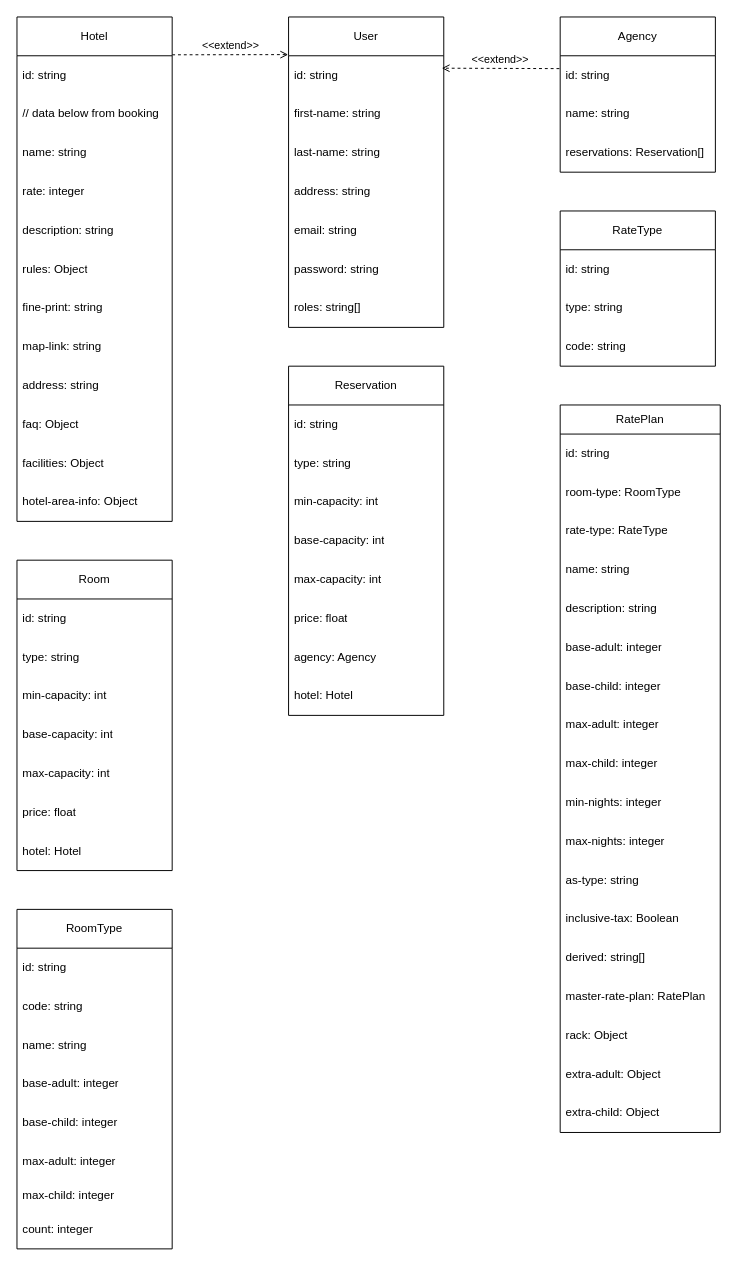
Earlier version of the draw.io diagram H/A-Reservation.drawio (jawharhmidi02/resrvy_diagrams). Source tidied: cells renumbered, new cells numbered last; positions are measured from the earlier drawing's top-left corner, leaving out a move shared by most shapes. Both pictures are drawn from the tidied source at 97%, with x=0, y=0 at pixel (16, 16).
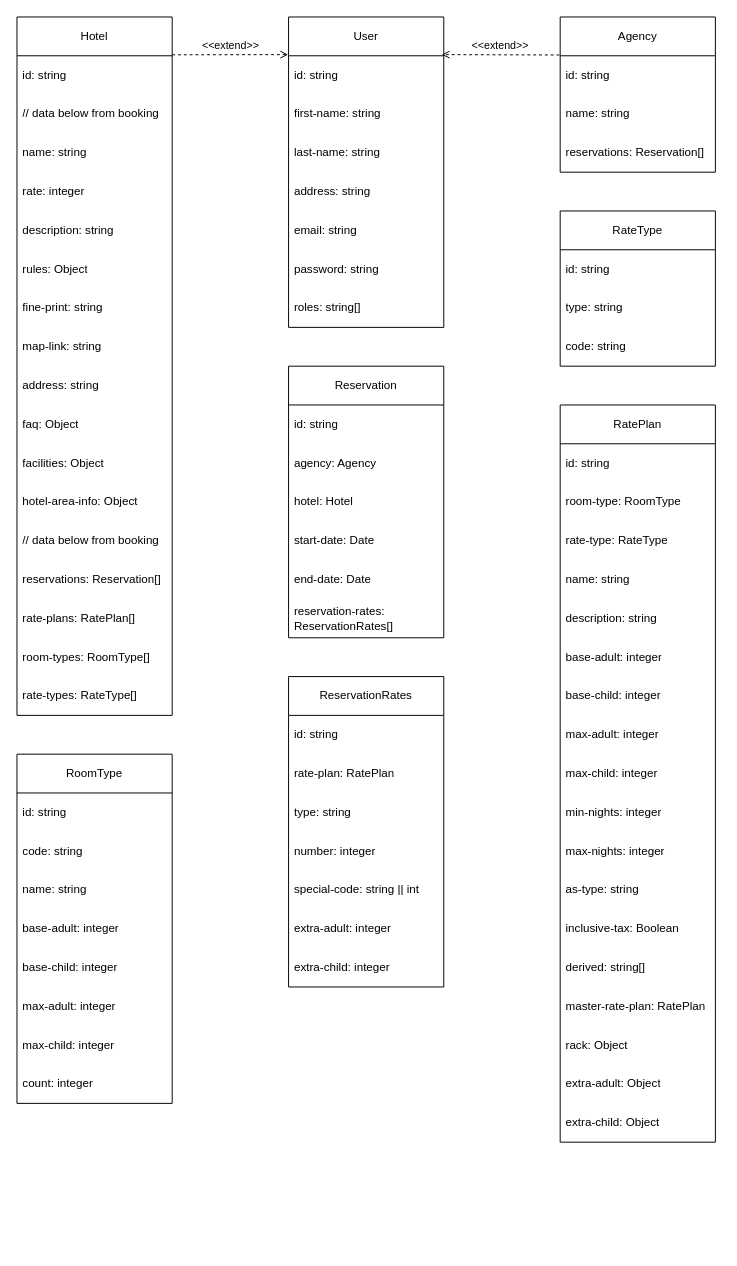
The same diagram, later.

The change refers to these unchanged cells:
```xml
<mxCell id="3" value="id: string" style="text;strokeColor=none;fillColor=none;align=left;verticalAlign=middle;spacingLeft=4;spacingRight=4;overflow=hidden;points=[[0,0.5],[1,0.5]];portConstraint=eastwest;whiteSpace=wrap;html=1;" parent="2" vertex="1">
  <mxGeometry y="40" width="160" height="40" as="geometry" />
</mxCell>
<mxCell id="11" value="id: string" style="text;strokeColor=none;fillColor=none;align=left;verticalAlign=middle;spacingLeft=4;spacingRight=4;overflow=hidden;points=[[0,0.5],[1,0.5]];portConstraint=eastwest;whiteSpace=wrap;html=1;" parent="10" vertex="1">
  <mxGeometry y="40" width="160" height="40" as="geometry" />
</mxCell>
```

Diff of the diagram source:
```diff
@@
     <mxCell id="15" value="Hotel" style="swimlane;fontStyle=0;horizontal=1;startSize=40;whiteSpace=wrap;html=1;" parent="1" vertex="1">
-      <mxGeometry width="160" height="520" as="geometry" />
+      <mxGeometry width="160" height="720" as="geometry" />
     </mxCell>
@@
+    <mxCell id="78" value="// data below from booking" style="text;strokeColor=none;fillColor=none;align=left;verticalAlign=middle;spacingLeft=4;spacingRight=4;overflow=hidden;whiteSpace=wrap;html=1;" parent="15" vertex="1">
+      <mxGeometry y="520" width="160" height="40" as="geometry" />
+    </mxCell>
+    <mxCell id="79" value="reservations: Reservation[]" style="text;strokeColor=none;fillColor=none;align=left;verticalAlign=middle;spacingLeft=4;spacingRight=4;overflow=hidden;whiteSpace=wrap;html=1;" parent="15" vertex="1">
+      <mxGeometry y="560" width="160" height="40" as="geometry" />
+    </mxCell>
+    <mxCell id="80" value="rate-plans: RatePlan[]" style="text;strokeColor=none;fillColor=none;align=left;verticalAlign=middle;spacingLeft=4;spacingRight=4;overflow=hidden;whiteSpace=wrap;html=1;" parent="15" vertex="1">
+      <mxGeometry y="600" width="160" height="40" as="geometry" />
+    </mxCell>
+    <mxCell id="81" value="room-types: RoomType[]" style="text;strokeColor=none;fillColor=none;align=left;verticalAlign=middle;spacingLeft=4;spacingRight=4;overflow=hidden;whiteSpace=wrap;html=1;" parent="15" vertex="1">
+      <mxGeometry y="640" width="160" height="40" as="geometry" />
+    </mxCell>
+    <mxCell id="82" value="rate-types: RateType[]" style="text;strokeColor=none;fillColor=none;align=left;verticalAlign=middle;spacingLeft=4;spacingRight=4;overflow=hidden;whiteSpace=wrap;html=1;" parent="15" vertex="1">
+      <mxGeometry y="680" width="160" height="40" as="geometry" />
+    </mxCell>
-    <mxCell id="28" value="&amp;lt;&amp;lt;extend&amp;gt;&amp;gt;" style="html=1;verticalAlign=bottom;labelBackgroundColor=none;endArrow=open;endFill=0;dashed=1;rounded=0;exitX=-0.005;exitY=0.331;exitDx=0;exitDy=0;exitPerimeter=0;entryX=0.987;entryY=0.32;entryDx=0;entryDy=0;entryPerimeter=0;" parent="1" edge="1" source="11" target="3">
-      <mxGeometry relative="1" as="geometry" />
+    <mxCell id="28" value="&amp;lt;&amp;lt;extend&amp;gt;&amp;gt;" style="html=1;verticalAlign=bottom;labelBackgroundColor=none;endArrow=open;endFill=0;dashed=1;rounded=0;exitX=-0.005;exitY=0.331;exitDx=0;exitDy=0;exitPerimeter=0;entryX=0.987;entryY=0.32;entryDx=0;entryDy=0;entryPerimeter=0;" parent="1" edge="1">
+      <mxGeometry relative="1" as="geometry">
+        <mxPoint x="559.2" y="39.2" as="sourcePoint" />
+        <mxPoint x="437.9" y="38.8" as="targetPoint" />
+      </mxGeometry>
     </mxCell>
-    <mxCell id="29" value="Room" style="swimlane;fontStyle=0;horizontal=1;startSize=40;whiteSpace=wrap;html=1;" parent="1" vertex="1">
-      <mxGeometry y="560" width="160" height="320" as="geometry" />
-    </mxCell>
-    <mxCell id="30" value="id: string" style="text;strokeColor=none;fillColor=none;align=left;verticalAlign=middle;spacingLeft=4;spacingRight=4;overflow=hidden;whiteSpace=wrap;html=1;" parent="29" vertex="1">
-      <mxGeometry y="40" width="160" height="40" as="geometry" />
-    </mxCell>
-    <mxCell id="31" value="&lt;div&gt;type: string&lt;/div&gt;" style="text;strokeColor=none;fillColor=none;align=left;verticalAlign=middle;spacingLeft=4;spacingRight=4;overflow=hidden;whiteSpace=wrap;html=1;" parent="29" vertex="1">
-      <mxGeometry y="80" width="160" height="40" as="geometry" />
-    </mxCell>
-    <mxCell id="32" value="&lt;div&gt;min-capacity: int&lt;/div&gt;" style="text;strokeColor=none;fillColor=none;align=left;verticalAlign=middle;spacingLeft=4;spacingRight=4;overflow=hidden;whiteSpace=wrap;html=1;" parent="29" vertex="1">
-      <mxGeometry y="120" width="160" height="40" as="geometry" />
-    </mxCell>
-    <mxCell id="33" value="&lt;div&gt;base-capacity: int&lt;/div&gt;" style="text;strokeColor=none;fillColor=none;align=left;verticalAlign=middle;spacingLeft=4;spacingRight=4;overflow=hidden;whiteSpace=wrap;html=1;" parent="29" vertex="1">
-      <mxGeometry y="160" width="160" height="40" as="geometry" />
-    </mxCell>
-    <mxCell id="34" value="&lt;div&gt;max-capacity: int&lt;/div&gt;" style="text;strokeColor=none;fillColor=none;align=left;verticalAlign=middle;spacingLeft=4;spacingRight=4;overflow=hidden;whiteSpace=wrap;html=1;" parent="29" vertex="1">
-      <mxGeometry y="200" width="160" height="40" as="geometry" />
-    </mxCell>
-    <mxCell id="35" value="price: float" style="text;strokeColor=none;fillColor=none;align=left;verticalAlign=middle;spacingLeft=4;spacingRight=4;overflow=hidden;whiteSpace=wrap;html=1;" parent="29" vertex="1">
-      <mxGeometry y="240" width="160" height="40" as="geometry" />
-    </mxCell>
-    <mxCell id="36" value="&lt;div&gt;hotel: Hotel&lt;/div&gt;" style="text;strokeColor=none;fillColor=none;align=left;verticalAlign=middle;spacingLeft=4;spacingRight=4;overflow=hidden;whiteSpace=wrap;html=1;" parent="29" vertex="1">
-      <mxGeometry y="280" width="160" height="40" as="geometry" />
-    </mxCell>
     <mxCell id="37" value="Reservation" style="swimlane;fontStyle=0;horizontal=1;startSize=40;whiteSpace=wrap;html=1;" parent="1" vertex="1">
-      <mxGeometry x="280" y="360" width="160" height="360" as="geometry" />
+      <mxGeometry x="280" y="360" width="160" height="280" as="geometry" />
     </mxCell>
@@
-    <mxCell id="39" value="&lt;div&gt;type: string&lt;/div&gt;" style="text;strokeColor=none;fillColor=none;align=left;verticalAlign=middle;spacingLeft=4;spacingRight=4;overflow=hidden;whiteSpace=wrap;html=1;" parent="37" vertex="1">
-      <mxGeometry y="80" width="160" height="40" as="geometry" />
-    </mxCell>
-    <mxCell id="40" value="&lt;div&gt;min-capacity: int&lt;/div&gt;" style="text;strokeColor=none;fillColor=none;align=left;verticalAlign=middle;spacingLeft=4;spacingRight=4;overflow=hidden;whiteSpace=wrap;html=1;" parent="37" vertex="1">
-      <mxGeometry y="120" width="160" height="40" as="geometry" />
-    </mxCell>
-    <mxCell id="41" value="&lt;div&gt;base-capacity: int&lt;/div&gt;" style="text;strokeColor=none;fillColor=none;align=left;verticalAlign=middle;spacingLeft=4;spacingRight=4;overflow=hidden;whiteSpace=wrap;html=1;" parent="37" vertex="1">
-      <mxGeometry y="160" width="160" height="40" as="geometry" />
-    </mxCell>
-    <mxCell id="42" value="&lt;div&gt;max-capacity: int&lt;/div&gt;" style="text;strokeColor=none;fillColor=none;align=left;verticalAlign=middle;spacingLeft=4;spacingRight=4;overflow=hidden;whiteSpace=wrap;html=1;" parent="37" vertex="1">
-      <mxGeometry y="200" width="160" height="40" as="geometry" />
-    </mxCell>
-    <mxCell id="43" value="price: float" style="text;strokeColor=none;fillColor=none;align=left;verticalAlign=middle;spacingLeft=4;spacingRight=4;overflow=hidden;whiteSpace=wrap;html=1;" parent="37" vertex="1">
-      <mxGeometry y="240" width="160" height="40" as="geometry" />
-    </mxCell>
     <mxCell id="44" value="agency: Agency" style="text;strokeColor=none;fillColor=none;align=left;verticalAlign=middle;spacingLeft=4;spacingRight=4;overflow=hidden;whiteSpace=wrap;html=1;" parent="37" vertex="1">
-      <mxGeometry y="280" width="160" height="40" as="geometry" />
+      <mxGeometry y="80" width="160" height="40" as="geometry" />
     </mxCell>
     <mxCell id="45" value="hotel: Hotel" style="text;strokeColor=none;fillColor=none;align=left;verticalAlign=middle;spacingLeft=4;spacingRight=4;overflow=hidden;whiteSpace=wrap;html=1;" parent="37" vertex="1">
-      <mxGeometry y="320" width="160" height="40" as="geometry" />
+      <mxGeometry y="120" width="160" height="40" as="geometry" />
     </mxCell>
+    <mxCell id="83" value="start-date: Date" style="text;strokeColor=none;fillColor=none;align=left;verticalAlign=middle;spacingLeft=4;spacingRight=4;overflow=hidden;whiteSpace=wrap;html=1;" parent="37" vertex="1">
+      <mxGeometry y="160" width="160" height="40" as="geometry" />
+    </mxCell>
+    <mxCell id="84" value="end-date: Date" style="text;strokeColor=none;fillColor=none;align=left;verticalAlign=middle;spacingLeft=4;spacingRight=4;overflow=hidden;whiteSpace=wrap;html=1;" parent="37" vertex="1">
+      <mxGeometry y="200" width="160" height="40" as="geometry" />
+    </mxCell>
+    <mxCell id="85" value="reservation-rates: ReservationRates[]" style="text;strokeColor=none;fillColor=none;align=left;verticalAlign=middle;spacingLeft=4;spacingRight=4;overflow=hidden;whiteSpace=wrap;html=1;" parent="37" vertex="1">
+      <mxGeometry y="240" width="160" height="40" as="geometry" />
+    </mxCell>
@@
-    <mxCell id="50" value="RatePlan" style="swimlane;fontStyle=0;horizontal=1;startSize=30;whiteSpace=wrap;html=1;" parent="1" vertex="1">
-      <mxGeometry x="560" y="400" width="165" height="750" as="geometry" />
+    <mxCell id="50" value="RatePlan" style="swimlane;fontStyle=0;horizontal=1;startSize=40;whiteSpace=wrap;html=1;" parent="1" vertex="1">
+      <mxGeometry x="560" y="400" width="160" height="760" as="geometry" />
     </mxCell>
     <mxCell id="51" value="id: string" style="text;strokeColor=none;fillColor=none;align=left;verticalAlign=middle;spacingLeft=4;spacingRight=4;overflow=hidden;whiteSpace=wrap;html=1;" parent="50" vertex="1">
-      <mxGeometry y="30" width="165" height="40" as="geometry" />
+      <mxGeometry y="40" width="160" height="40" as="geometry" />
     </mxCell>
     <mxCell id="52" value="room-type: RoomType" style="text;strokeColor=none;fillColor=none;align=left;verticalAlign=middle;spacingLeft=4;spacingRight=4;overflow=hidden;whiteSpace=wrap;html=1;" parent="50" vertex="1">
-      <mxGeometry y="70" width="165" height="40" as="geometry" />
+      <mxGeometry y="80" width="160" height="40" as="geometry" />
     </mxCell>
     <mxCell id="53" value="rate-type: RateType" style="text;strokeColor=none;fillColor=none;align=left;verticalAlign=middle;spacingLeft=4;spacingRight=4;overflow=hidden;whiteSpace=wrap;html=1;" parent="50" vertex="1">
-      <mxGeometry y="110" width="165" height="40" as="geometry" />
+      <mxGeometry y="120" width="160" height="40" as="geometry" />
     </mxCell>
     <mxCell id="54" value="name: string" style="text;strokeColor=none;fillColor=none;align=left;verticalAlign=middle;spacingLeft=4;spacingRight=4;overflow=hidden;whiteSpace=wrap;html=1;" parent="50" vertex="1">
-      <mxGeometry y="150" width="165" height="40" as="geometry" />
+      <mxGeometry y="160" width="160" height="40" as="geometry" />
     </mxCell>
     <mxCell id="55" value="description: string" style="text;strokeColor=none;fillColor=none;align=left;verticalAlign=middle;spacingLeft=4;spacingRight=4;overflow=hidden;whiteSpace=wrap;html=1;" parent="50" vertex="1">
-      <mxGeometry y="190" width="165" height="40" as="geometry" />
+      <mxGeometry y="200" width="160" height="40" as="geometry" />
     </mxCell>
     <mxCell id="56" value="base-adult: integer" style="text;strokeColor=none;fillColor=none;align=left;verticalAlign=middle;spacingLeft=4;spacingRight=4;overflow=hidden;whiteSpace=wrap;html=1;" parent="50" vertex="1">
-      <mxGeometry y="230" width="165" height="40" as="geometry" />
+      <mxGeometry y="240" width="160" height="40" as="geometry" />
     </mxCell>
     <mxCell id="57" value="base-child: integer" style="text;strokeColor=none;fillColor=none;align=left;verticalAlign=middle;spacingLeft=4;spacingRight=4;overflow=hidden;whiteSpace=wrap;html=1;" parent="50" vertex="1">
-      <mxGeometry y="270" width="165" height="40" as="geometry" />
+      <mxGeometry y="280" width="160" height="40" as="geometry" />
     </mxCell>
     <mxCell id="58" value="max-adult: integer" style="text;strokeColor=none;fillColor=none;align=left;verticalAlign=middle;spacingLeft=4;spacingRight=4;overflow=hidden;whiteSpace=wrap;html=1;" parent="50" vertex="1">
-      <mxGeometry y="310" width="165" height="40" as="geometry" />
+      <mxGeometry y="320" width="160" height="40" as="geometry" />
     </mxCell>
     <mxCell id="59" value="max-child: integer" style="text;strokeColor=none;fillColor=none;align=left;verticalAlign=middle;spacingLeft=4;spacingRight=4;overflow=hidden;whiteSpace=wrap;html=1;" parent="50" vertex="1">
-      <mxGeometry y="350" width="165" height="40" as="geometry" />
+      <mxGeometry y="360" width="160" height="40" as="geometry" />
     </mxCell>
     <mxCell id="60" value="min-nights: integer" style="text;strokeColor=none;fillColor=none;align=left;verticalAlign=middle;spacingLeft=4;spacingRight=4;overflow=hidden;whiteSpace=wrap;html=1;" parent="50" vertex="1">
-      <mxGeometry y="390" width="165" height="40" as="geometry" />
+      <mxGeometry y="400" width="160" height="40" as="geometry" />
     </mxCell>
     <mxCell id="61" value="max-nights: integer" style="text;strokeColor=none;fillColor=none;align=left;verticalAlign=middle;spacingLeft=4;spacingRight=4;overflow=hidden;whiteSpace=wrap;html=1;" parent="50" vertex="1">
-      <mxGeometry y="430" width="165" height="40" as="geometry" />
+      <mxGeometry y="440" width="160" height="40" as="geometry" />
     </mxCell>
     <mxCell id="62" value="&lt;div&gt;as-type: string&lt;/div&gt;" style="text;strokeColor=none;fillColor=none;align=left;verticalAlign=middle;spacingLeft=4;spacingRight=4;overflow=hidden;whiteSpace=wrap;html=1;" parent="50" vertex="1">
-      <mxGeometry y="470" width="165" height="40" as="geometry" />
+      <mxGeometry y="480" width="160" height="40" as="geometry" />
     </mxCell>
     <mxCell id="63" value="inclusive-tax: Boolean" style="text;strokeColor=none;fillColor=none;align=left;verticalAlign=middle;spacingLeft=4;spacingRight=4;overflow=hidden;whiteSpace=wrap;html=1;" parent="50" vertex="1">
-      <mxGeometry y="510" width="165" height="40" as="geometry" />
+      <mxGeometry y="520" width="160" height="40" as="geometry" />
     </mxCell>
     <mxCell id="64" value="derived: string[]" style="text;strokeColor=none;fillColor=none;align=left;verticalAlign=middle;spacingLeft=4;spacingRight=4;overflow=hidden;whiteSpace=wrap;html=1;" parent="50" vertex="1">
-      <mxGeometry y="550" width="165" height="40" as="geometry" />
+      <mxGeometry y="560" width="160" height="40" as="geometry" />
     </mxCell>
     <mxCell id="65" value="master-rate-plan: RatePlan" style="text;strokeColor=none;fillColor=none;align=left;verticalAlign=middle;spacingLeft=4;spacingRight=4;overflow=hidden;whiteSpace=wrap;html=1;" parent="50" vertex="1">
-      <mxGeometry y="590" width="165" height="40" as="geometry" />
+      <mxGeometry y="600" width="160" height="40" as="geometry" />
     </mxCell>
     <mxCell id="66" value="rack: Object" style="text;strokeColor=none;fillColor=none;align=left;verticalAlign=middle;spacingLeft=4;spacingRight=4;overflow=hidden;whiteSpace=wrap;html=1;" parent="50" vertex="1">
-      <mxGeometry y="630" width="165" height="40" as="geometry" />
+      <mxGeometry y="640" width="160" height="40" as="geometry" />
     </mxCell>
     <mxCell id="67" value="extra-adult: Object" style="text;strokeColor=none;fillColor=none;align=left;verticalAlign=middle;spacingLeft=4;spacingRight=4;overflow=hidden;whiteSpace=wrap;html=1;" parent="50" vertex="1">
-      <mxGeometry y="670" width="165" height="40" as="geometry" />
+      <mxGeometry y="680" width="160" height="40" as="geometry" />
     </mxCell>
     <mxCell id="68" value="extra-child: Object" style="text;strokeColor=none;fillColor=none;align=left;verticalAlign=middle;spacingLeft=4;spacingRight=4;overflow=hidden;whiteSpace=wrap;html=1;" parent="50" vertex="1">
-      <mxGeometry y="710" width="165" height="40" as="geometry" />
+      <mxGeometry y="720" width="160" height="40" as="geometry" />
     </mxCell>
     <mxCell id="69" value="RoomType" style="swimlane;fontStyle=0;horizontal=1;startSize=40;whiteSpace=wrap;html=1;" parent="1" vertex="1">
-      <mxGeometry y="920" width="160" height="350" as="geometry" />
+      <mxGeometry y="760" width="160" height="360" as="geometry" />
     </mxCell>
@@
     <mxCell id="76" value="max-child: integer" style="text;strokeColor=none;fillColor=none;align=left;verticalAlign=middle;spacingLeft=4;spacingRight=4;overflow=hidden;whiteSpace=wrap;html=1;" parent="69" vertex="1">
-      <mxGeometry y="280" width="160" height="30" as="geometry" />
+      <mxGeometry y="280" width="160" height="40" as="geometry" />
     </mxCell>
     <mxCell id="77" value="count: integer" style="text;strokeColor=none;fillColor=none;align=left;verticalAlign=middle;spacingLeft=4;spacingRight=4;overflow=hidden;whiteSpace=wrap;html=1;" parent="69" vertex="1">
-      <mxGeometry y="310" width="160" height="40" as="geometry" />
+      <mxGeometry y="320" width="160" height="40" as="geometry" />
     </mxCell>
+    <mxCell id="86" value="ReservationRates" style="swimlane;fontStyle=0;horizontal=1;startSize=40;whiteSpace=wrap;html=1;" parent="1" vertex="1">
+      <mxGeometry x="280" y="680" width="160" height="320" as="geometry" />
+    </mxCell>
+    <mxCell id="30" value="id: string" style="text;strokeColor=none;fillColor=none;align=left;verticalAlign=middle;spacingLeft=4;spacingRight=4;overflow=hidden;whiteSpace=wrap;html=1;" parent="86" vertex="1">
+      <mxGeometry y="40" width="160" height="40" as="geometry" />
+    </mxCell>
+    <mxCell id="87" value="rate-plan: RatePlan" style="text;strokeColor=none;fillColor=none;align=left;verticalAlign=middle;spacingLeft=4;spacingRight=4;overflow=hidden;whiteSpace=wrap;html=1;" parent="86" vertex="1">
+      <mxGeometry y="80" width="160" height="40" as="geometry" />
+    </mxCell>
+    <mxCell id="88" value="type: string" style="text;strokeColor=none;fillColor=none;align=left;verticalAlign=middle;spacingLeft=4;spacingRight=4;overflow=hidden;whiteSpace=wrap;html=1;" parent="86" vertex="1">
+      <mxGeometry y="120" width="160" height="40" as="geometry" />
+    </mxCell>
+    <mxCell id="89" value="number: integer" style="text;strokeColor=none;fillColor=none;align=left;verticalAlign=middle;spacingLeft=4;spacingRight=4;overflow=hidden;whiteSpace=wrap;html=1;" parent="86" vertex="1">
+      <mxGeometry y="160" width="160" height="40" as="geometry" />
+    </mxCell>
+    <mxCell id="90" value="special-code: string || int" style="text;strokeColor=none;fillColor=none;align=left;verticalAlign=middle;spacingLeft=4;spacingRight=4;overflow=hidden;whiteSpace=wrap;html=1;" parent="86" vertex="1">
+      <mxGeometry y="200" width="160" height="40" as="geometry" />
+    </mxCell>
+    <mxCell id="91" value="extra-adult: integer" style="text;strokeColor=none;fillColor=none;align=left;verticalAlign=middle;spacingLeft=4;spacingRight=4;overflow=hidden;whiteSpace=wrap;html=1;" parent="86" vertex="1">
+      <mxGeometry y="240" width="160" height="40" as="geometry" />
+    </mxCell>
+    <mxCell id="92" value="extra-child: integer" style="text;strokeColor=none;fillColor=none;align=left;verticalAlign=middle;spacingLeft=4;spacingRight=4;overflow=hidden;whiteSpace=wrap;html=1;" parent="86" vertex="1">
+      <mxGeometry y="280" width="160" height="40" as="geometry" />
+    </mxCell>
```
